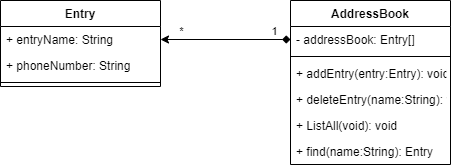
The draw.io diagram schema/address book.png in deeperj/rust, before a commit. Source tidied: cells renumbered, new cells last; positions are measured from the earlier drawing's top-left corner, leaving out a move shared by most shapes.
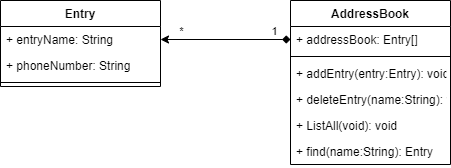
Above is the later version.

The edit, as a diff of the source:
```diff
@@ -17,7 +17,7 @@
     <mxCell id="6" value="AddressBook" style="swimlane;fontStyle=1;align=center;verticalAlign=top;horizontal=1;startSize=26;" parent="1" vertex="1">
       <mxGeometry x="290" width="160" height="164" as="geometry" />
     </mxCell>
-    <mxCell id="7" value="- addressBook: Entry[]" style="text;strokeColor=none;fillColor=none;align=left;verticalAlign=top;spacingLeft=4;spacingRight=4;overflow=hidden;" parent="6" vertex="1">
+    <mxCell id="7" value="+ addressBook: Entry[]" style="text;strokeColor=none;fillColor=none;align=left;verticalAlign=top;spacingLeft=4;spacingRight=4;overflow=hidden;" parent="6" vertex="1">
       <mxGeometry y="26" width="160" height="26" as="geometry" />
     </mxCell>
     <mxCell id="8" style="line;strokeWidth=1;fillColor=none;align=left;verticalAlign=middle;spacingTop=-1;spacingLeft=3;spacingRight=3;labelPosition=right;" parent="6" vertex="1">
```
